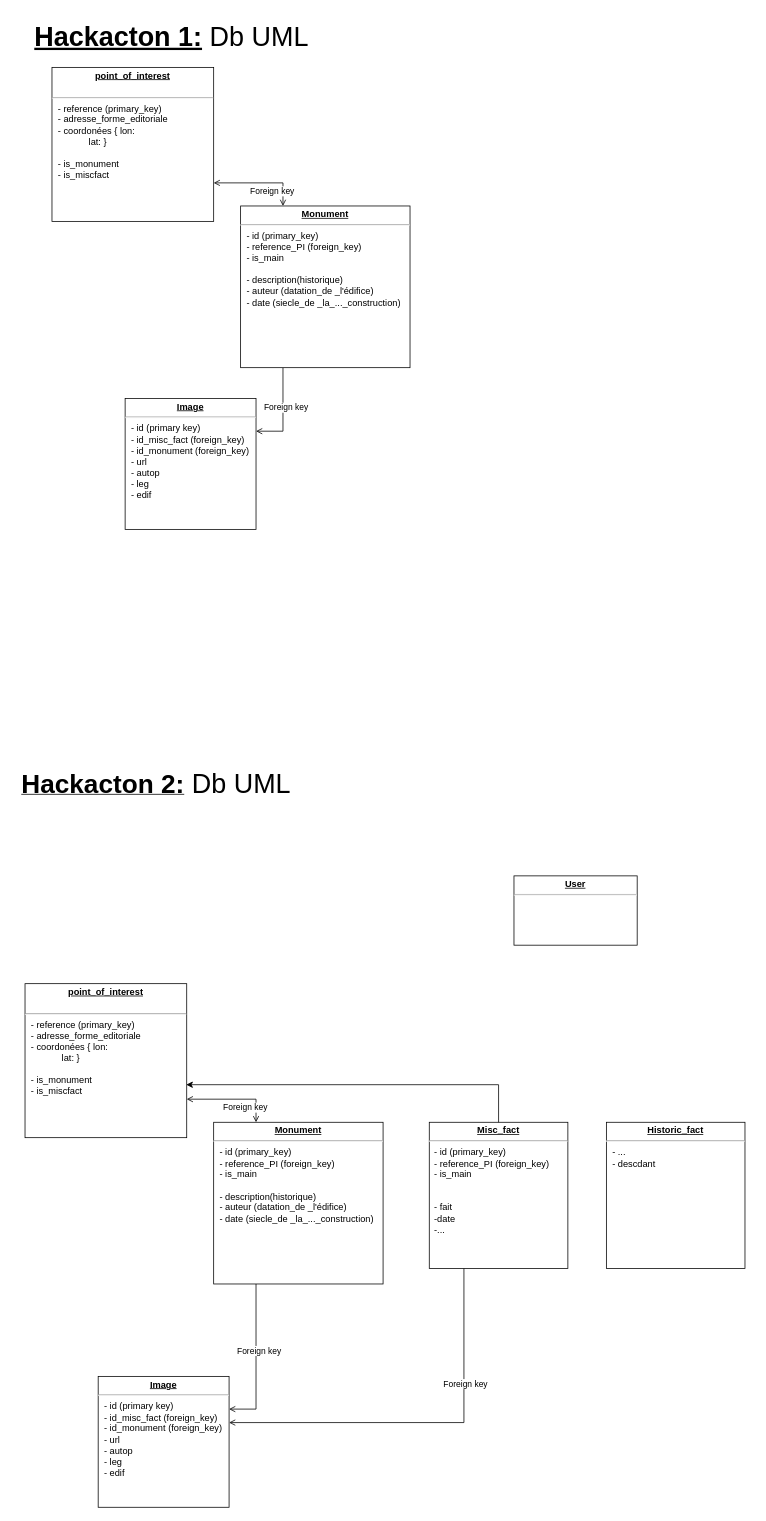
The draw.io diagram StepOut_UML.drawio in Bazajee/StepOut, before the edit. Source tidied: cells renumbered, new cells numbered last; positions are measured from the earlier drawing's top-left corner, leaving out a move shared by most shapes. Both pictures are drawn from the tidied source at 77%, with x=0, y=0 at pixel (13, 13).
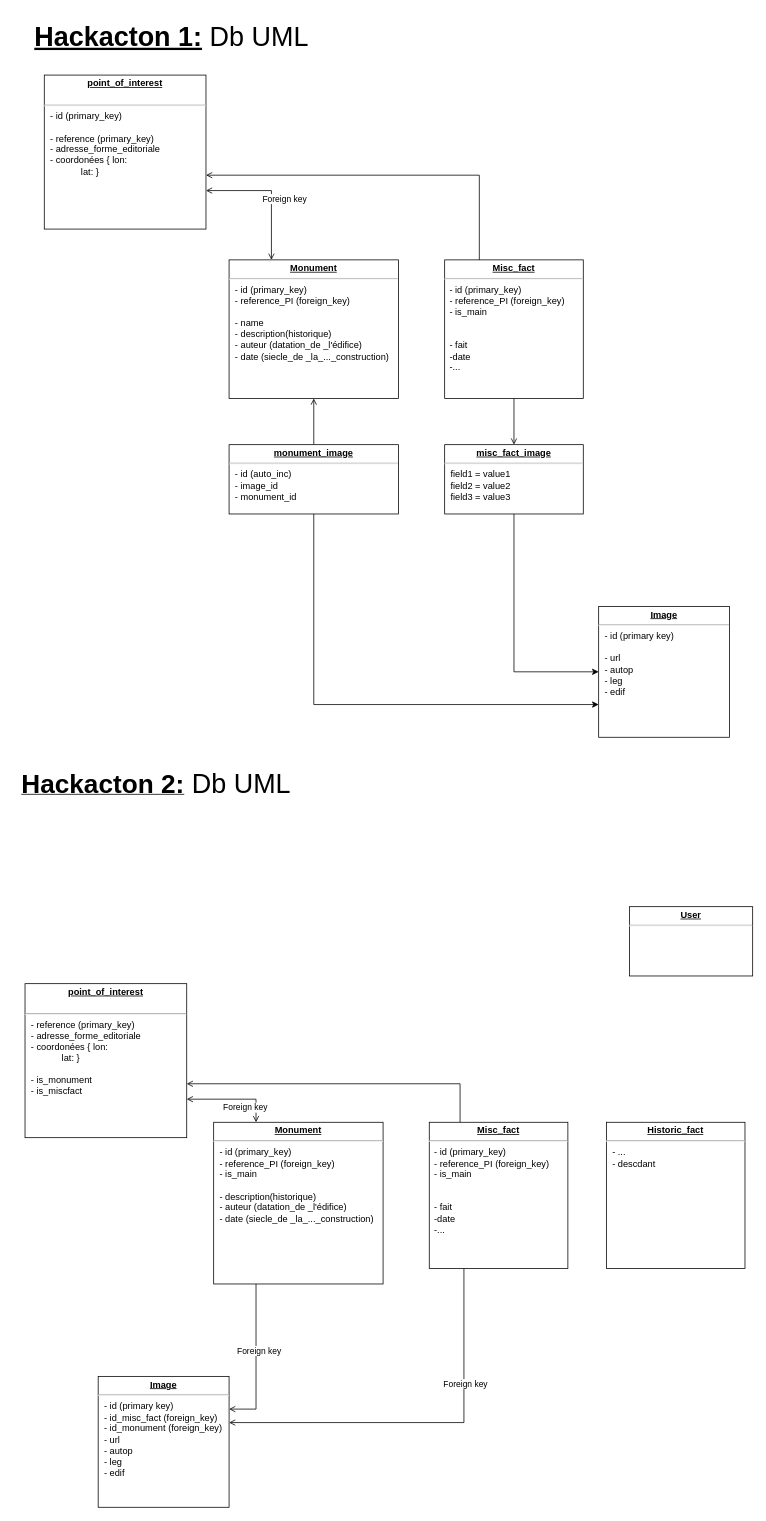
After the change.

Commit message (it also covers changes not shown here):
Mettre à jour StepOut_UML.drawio

The change refers to these unchanged cells:
```xml
<mxCell id="4" value="&lt;p style=&quot;margin:0px;margin-top:4px;text-align:center;text-decoration:underline;&quot;&gt;&lt;b&gt;Misc_fact&lt;br&gt;&lt;/b&gt;&lt;/p&gt;&lt;hr&gt;&lt;div&gt;&amp;nbsp; - id (primary_key)&lt;br&gt;&lt;/div&gt;&lt;div&gt;&amp;nbsp; - reference_PI (foreign_key)&lt;/div&gt;&lt;div&gt;&amp;nbsp; - is_main&lt;/div&gt;&lt;div&gt;&lt;br&gt;&lt;/div&gt;&lt;div&gt;&lt;br&gt;&lt;/div&gt;&lt;div&gt;&amp;nbsp; - fait&amp;nbsp; &lt;br&gt;&lt;/div&gt;&lt;div&gt;&amp;nbsp; -date&lt;/div&gt;&lt;div&gt;&amp;nbsp; -...&lt;br&gt;&lt;/div&gt;" style="verticalAlign=top;align=left;overflow=fill;fontSize=12;fontFamily=Helvetica;html=1;whiteSpace=wrap;" parent="1" vertex="1">
  <mxGeometry x="540" y="1440" width="180" height="190" as="geometry" />
</mxCell>
<mxCell id="5" value="&lt;p style=&quot;margin:0px;margin-top:4px;text-align:center;text-decoration:underline;&quot;&gt;&lt;b&gt;point_of_interest&lt;/b&gt;&lt;br&gt;&lt;/p&gt;&lt;br&gt;&lt;hr&gt;&lt;p style=&quot;margin:0px;margin-left:8px;&quot;&gt;- reference (primary_key)&lt;br&gt;&lt;/p&gt;&lt;p style=&quot;margin:0px;margin-left:8px;&quot;&gt;- adresse_forme_editoriale&lt;/p&gt;&lt;p style=&quot;margin:0px;margin-left:8px;&quot;&gt;- coordonées { lon:&lt;/p&gt;&lt;p style=&quot;margin:0px;margin-left:8px;&quot;&gt;&lt;span style=&quot;&quot;&gt;&lt;span style=&quot;&quot;&gt;&amp;nbsp;&amp;nbsp;&amp;nbsp;&amp;nbsp;&lt;/span&gt;&lt;/span&gt;&lt;span style=&quot;&quot;&gt;&lt;span style=&quot;&quot;&gt;&amp;nbsp;&amp;nbsp;&amp;nbsp;&amp;nbsp;&lt;/span&gt;&lt;/span&gt;&lt;span style=&quot;&quot;&gt;&lt;span style=&quot;&quot;&gt;&amp;nbsp;&amp;nbsp;&amp;nbsp;&amp;nbsp;&lt;/span&gt;&lt;/span&gt;lat: }&lt;/p&gt;&lt;p style=&quot;margin:0px;margin-left:8px;&quot;&gt;&lt;br&gt;&lt;/p&gt;&lt;p style=&quot;margin:0px;margin-left:8px;&quot;&gt;- is_monument&lt;/p&gt;&lt;p style=&quot;margin:0px;margin-left:8px;&quot;&gt;- is_miscfact&lt;/p&gt;&lt;p style=&quot;margin:0px;margin-left:8px;&quot;&gt;&lt;br&gt;&lt;/p&gt;&lt;p style=&quot;margin:0px;margin-left:8px;&quot;&gt;&lt;br&gt;&lt;/p&gt;" style="verticalAlign=top;align=left;overflow=fill;fontSize=12;fontFamily=Helvetica;html=1;whiteSpace=wrap;" parent="1" vertex="1">
  <mxGeometry x="15" y="1260" width="210" height="200" as="geometry" />
</mxCell>
```

Diff of the diagram source:
```diff
@@
     <mxCell id="12" value="&lt;p style=&quot;margin:0px;margin-top:4px;text-align:center;text-decoration:underline;&quot;&gt;&lt;b&gt;User&lt;/b&gt;&lt;/p&gt;&lt;hr&gt;" style="verticalAlign=top;align=left;overflow=fill;fontSize=12;fontFamily=Helvetica;html=1;whiteSpace=wrap;" parent="1" vertex="1">
-      <mxGeometry x="650" y="1120" width="160" height="90" as="geometry" />
+      <mxGeometry x="800" y="1160" width="160" height="90" as="geometry" />
     </mxCell>
@@
-    <mxCell id="16" style="edgeStyle=orthogonalEdgeStyle;rounded=0;jettySize=auto;html=1;entryX=0.997;entryY=0.656;entryDx=0;entryDy=0;entryPerimeter=0;" parent="1" edge="1" source="4" target="5">
+    <mxCell id="16" style="edgeStyle=orthogonalEdgeStyle;rounded=0;jettySize=auto;html=1;endArrow=open;endFill=0;" parent="1" edge="1" source="4" target="5">
       <mxGeometry relative="1" as="geometry">
         <Array as="points">
-          <mxPoint x="630" y="1391" />
+          <mxPoint x="580" y="1390" />
         </Array>
       </mxGeometry>
     </mxCell>
-    <mxCell id="17" value="&lt;p style=&quot;margin:0px;margin-top:4px;text-align:center;text-decoration:underline;&quot;&gt;&lt;b&gt;point_of_interest&lt;/b&gt;&lt;br&gt;&lt;/p&gt;&lt;br&gt;&lt;hr&gt;&lt;p style=&quot;margin:0px;margin-left:8px;&quot;&gt;- reference (primary_key)&lt;br&gt;&lt;/p&gt;&lt;p style=&quot;margin:0px;margin-left:8px;&quot;&gt;- adresse_forme_editoriale&lt;/p&gt;&lt;p style=&quot;margin:0px;margin-left:8px;&quot;&gt;- coordonées { lon:&lt;/p&gt;&lt;p style=&quot;margin:0px;margin-left:8px;&quot;&gt;&lt;span style=&quot;&quot;&gt;&lt;span style=&quot;&quot;&gt;&amp;nbsp;&amp;nbsp;&amp;nbsp;&amp;nbsp;&lt;/span&gt;&lt;/span&gt;&lt;span style=&quot;&quot;&gt;&lt;span style=&quot;&quot;&gt;&amp;nbsp;&amp;nbsp;&amp;nbsp;&amp;nbsp;&lt;/span&gt;&lt;/span&gt;&lt;span style=&quot;&quot;&gt;&lt;span style=&quot;&quot;&gt;&amp;nbsp;&amp;nbsp;&amp;nbsp;&amp;nbsp;&lt;/span&gt;&lt;/span&gt;lat: }&lt;/p&gt;&lt;p style=&quot;margin:0px;margin-left:8px;&quot;&gt;&lt;br&gt;&lt;/p&gt;&lt;p style=&quot;margin:0px;margin-left:8px;&quot;&gt;- is_monument&lt;/p&gt;&lt;p style=&quot;margin:0px;margin-left:8px;&quot;&gt;- is_miscfact&lt;/p&gt;&lt;p style=&quot;margin:0px;margin-left:8px;&quot;&gt;&lt;br&gt;&lt;/p&gt;&lt;p style=&quot;margin:0px;margin-left:8px;&quot;&gt;&lt;br&gt;&lt;/p&gt;" style="verticalAlign=top;align=left;overflow=fill;fontSize=12;fontFamily=Helvetica;html=1;whiteSpace=wrap;" parent="1" vertex="1">
-      <mxGeometry x="50" y="70" width="210" height="200" as="geometry" />
-    </mxCell>
-    <mxCell id="18" style="edgeStyle=orthogonalEdgeStyle;rounded=0;jettySize=auto;html=1;exitX=0.25;exitY=0;exitDx=0;exitDy=0;entryX=1;entryY=0.75;entryDx=0;entryDy=0;endArrow=open;endFill=0;startArrow=open;startFill=0;" parent="1" edge="1" source="22" target="17">
-      <mxGeometry relative="1" as="geometry" />
-    </mxCell>
-    <mxCell id="19" value="Foreign key" style="edgeLabel;html=1;align=center;verticalAlign=middle;" parent="18" vertex="1">
-      <mxGeometry x="0.06" y="1" relative="1" as="geometry">
-        <mxPoint x="19" y="9" as="offset" />
-      </mxGeometry>
-    </mxCell>
-    <mxCell id="20" style="edgeStyle=orthogonalEdgeStyle;rounded=0;jettySize=auto;html=1;exitX=0.25;exitY=1;exitDx=0;exitDy=0;entryX=1;entryY=0.25;entryDx=0;entryDy=0;startArrow=none;startFill=0;endArrow=open;endFill=0;" parent="1" edge="1" source="22" target="23">
-      <mxGeometry relative="1" as="geometry" />
-    </mxCell>
-    <mxCell id="21" value="Foreign key" style="edgeLabel;html=1;align=center;verticalAlign=middle;" parent="20" vertex="1">
-      <mxGeometry x="-0.13" y="3" relative="1" as="geometry" />
-    </mxCell>
-    <mxCell id="22" value="&lt;p style=&quot;margin:0px;margin-top:4px;text-align:center;text-decoration:underline;&quot;&gt;&lt;b&gt;Monument&lt;/b&gt;&lt;/p&gt;&lt;hr&gt;&lt;p style=&quot;margin:0px;margin-left:8px;&quot;&gt;- id (primary_key)&lt;br&gt;&lt;/p&gt;&lt;p style=&quot;margin:0px;margin-left:8px;&quot;&gt;- reference_PI (foreign_key)&lt;/p&gt;&lt;p style=&quot;margin:0px;margin-left:8px;&quot;&gt;- is_main&lt;/p&gt;&lt;p style=&quot;margin:0px;margin-left:8px;&quot;&gt;&lt;br&gt;&lt;/p&gt;&lt;p style=&quot;margin:0px;margin-left:8px;&quot;&gt;&lt;/p&gt;&lt;p style=&quot;margin:0px;margin-left:8px;&quot;&gt;- description(historique)&lt;br&gt;&lt;/p&gt;&lt;p style=&quot;margin:0px;margin-left:8px;&quot;&gt;- auteur (datation_de _l'édifice)&lt;/p&gt;&lt;p style=&quot;margin:0px;margin-left:8px;&quot;&gt;- date (siecle_de _la_..._construction)&lt;/p&gt;&lt;p style=&quot;margin:0px;margin-left:8px;&quot;&gt;&lt;/p&gt;&lt;p style=&quot;margin:0px;margin-left:8px;&quot;&gt;&lt;/p&gt;" style="verticalAlign=top;align=left;overflow=fill;fontSize=12;fontFamily=Helvetica;html=1;whiteSpace=wrap;" parent="1" vertex="1">
-      <mxGeometry x="295" y="250" width="220" height="210" as="geometry" />
-    </mxCell>
-    <mxCell id="23" value="&lt;p style=&quot;margin:0px;margin-top:4px;text-align:center;text-decoration:underline;&quot;&gt;&lt;b&gt;Image&lt;/b&gt;&lt;/p&gt;&lt;hr&gt;&lt;p style=&quot;margin:0px;margin-left:8px;&quot;&gt;- id (primary key)&lt;/p&gt;&lt;p style=&quot;margin:0px;margin-left:8px;&quot;&gt;- id_misc_fact (foreign_key)&lt;br&gt;&lt;/p&gt;&lt;p style=&quot;margin:0px;margin-left:8px;&quot;&gt;- id_monument (foreign_key)&lt;br&gt;&lt;/p&gt;&lt;p style=&quot;margin:0px;margin-left:8px;&quot;&gt;- url&lt;/p&gt;&lt;p style=&quot;margin:0px;margin-left:8px;&quot;&gt;- autop&lt;/p&gt;&lt;p style=&quot;margin:0px;margin-left:8px;&quot;&gt;- leg&lt;/p&gt;&lt;p style=&quot;margin:0px;margin-left:8px;&quot;&gt;- edif&lt;br&gt;&lt;/p&gt;" style="verticalAlign=top;align=left;overflow=fill;fontSize=12;fontFamily=Helvetica;html=1;whiteSpace=wrap;" parent="1" vertex="1">
-      <mxGeometry x="145" y="500" width="170" height="170" as="geometry" />
-    </mxCell>
+    <mxCell id="24" style="edgeStyle=orthogonalEdgeStyle;rounded=0;jettySize=auto;html=1;entryX=0.5;entryY=0;entryDx=0;entryDy=0;endArrow=open;endFill=0;" parent="1" edge="1" source="25" target="36">
+      <mxGeometry relative="1" as="geometry" />
+    </mxCell>
+    <mxCell id="25" value="&lt;p style=&quot;margin:0px;margin-top:4px;text-align:center;text-decoration:underline;&quot;&gt;&lt;b&gt;Misc_fact&lt;br&gt;&lt;/b&gt;&lt;/p&gt;&lt;hr&gt;&lt;div&gt;&amp;nbsp; - id (primary_key)&lt;br&gt;&lt;/div&gt;&lt;div&gt;&amp;nbsp; - reference_PI (foreign_key)&lt;/div&gt;&lt;div&gt;&amp;nbsp; - is_main&lt;/div&gt;&lt;div&gt;&lt;br&gt;&lt;/div&gt;&lt;div&gt;&lt;br&gt;&lt;/div&gt;&lt;div&gt;&amp;nbsp; - fait&amp;nbsp; &lt;br&gt;&lt;/div&gt;&lt;div&gt;&amp;nbsp; -date&lt;/div&gt;&lt;div&gt;&amp;nbsp; -...&lt;br&gt;&lt;/div&gt;" style="verticalAlign=top;align=left;overflow=fill;fontSize=12;fontFamily=Helvetica;html=1;whiteSpace=wrap;" parent="1" vertex="1">
+      <mxGeometry x="560" y="320" width="180" height="180" as="geometry" />
+    </mxCell>
+    <mxCell id="26" value="&lt;p style=&quot;margin:0px;margin-top:4px;text-align:center;text-decoration:underline;&quot;&gt;&lt;b&gt;point_of_interest&lt;/b&gt;&lt;br&gt;&lt;/p&gt;&lt;br&gt;&lt;hr&gt;&lt;p style=&quot;margin:0px;margin-left:8px;&quot;&gt;- id (primary_key)&lt;/p&gt;&lt;p style=&quot;margin:0px;margin-left:8px;&quot;&gt;&lt;br&gt;&lt;/p&gt;&lt;p style=&quot;margin:0px;margin-left:8px;&quot;&gt;- reference (primary_key)&lt;br&gt;&lt;/p&gt;&lt;p style=&quot;margin:0px;margin-left:8px;&quot;&gt;- adresse_forme_editoriale&lt;/p&gt;&lt;p style=&quot;margin:0px;margin-left:8px;&quot;&gt;- coordonées { lon:&lt;/p&gt;&lt;p style=&quot;margin:0px;margin-left:8px;&quot;&gt;&lt;span style=&quot;&quot;&gt;&lt;span style=&quot;&quot;&gt;&amp;nbsp;&amp;nbsp;&amp;nbsp;&amp;nbsp;&lt;/span&gt;&lt;/span&gt;&lt;span style=&quot;&quot;&gt;&lt;span style=&quot;&quot;&gt;&amp;nbsp;&amp;nbsp;&amp;nbsp;&amp;nbsp;&lt;/span&gt;&lt;/span&gt;&lt;span style=&quot;&quot;&gt;&lt;span style=&quot;&quot;&gt;&amp;nbsp;&amp;nbsp;&amp;nbsp;&amp;nbsp;&lt;/span&gt;&lt;/span&gt;lat: }&lt;/p&gt;&lt;p style=&quot;margin:0px;margin-left:8px;&quot;&gt;&lt;br&gt;&lt;/p&gt;&lt;p style=&quot;margin:0px;margin-left:8px;&quot;&gt;&lt;br&gt;&lt;/p&gt;&lt;p style=&quot;margin:0px;margin-left:8px;&quot;&gt;&lt;br&gt;&lt;/p&gt;" style="verticalAlign=top;align=left;overflow=fill;fontSize=12;fontFamily=Helvetica;html=1;whiteSpace=wrap;" parent="1" vertex="1">
+      <mxGeometry x="40" y="80" width="210" height="200" as="geometry" />
+    </mxCell>
+    <mxCell id="27" style="edgeStyle=orthogonalEdgeStyle;rounded=0;jettySize=auto;html=1;exitX=0.25;exitY=0;exitDx=0;exitDy=0;entryX=1;entryY=0.75;entryDx=0;entryDy=0;endArrow=open;endFill=0;startArrow=open;startFill=0;" parent="1" edge="1" source="30" target="26">
+      <mxGeometry relative="1" as="geometry" />
+    </mxCell>
+    <mxCell id="28" value="Foreign key" style="edgeLabel;html=1;align=center;verticalAlign=middle;" parent="27" vertex="1">
+      <mxGeometry x="0.06" y="1" relative="1" as="geometry">
+        <mxPoint x="19" y="9" as="offset" />
+      </mxGeometry>
+    </mxCell>
+    <mxCell id="29" style="edgeStyle=orthogonalEdgeStyle;rounded=0;jettySize=auto;html=1;entryX=0.5;entryY=0;entryDx=0;entryDy=0;endArrow=none;endFill=0;startArrow=open;startFill=0;" parent="1" edge="1" source="30" target="34">
+      <mxGeometry relative="1" as="geometry" />
+    </mxCell>
+    <mxCell id="30" value="&lt;p style=&quot;margin:0px;margin-top:4px;text-align:center;text-decoration:underline;&quot;&gt;&lt;b&gt;Monument&lt;/b&gt;&lt;/p&gt;&lt;hr&gt;&lt;p style=&quot;margin:0px;margin-left:8px;&quot;&gt;- id (primary_key)&lt;br&gt;&lt;/p&gt;&lt;p style=&quot;margin:0px;margin-left:8px;&quot;&gt;- reference_PI (foreign_key)&lt;/p&gt;&lt;p style=&quot;margin:0px;margin-left:8px;&quot;&gt;&lt;br&gt;&lt;/p&gt;&lt;p style=&quot;margin:0px;margin-left:8px;&quot;&gt;- name&lt;br&gt;&lt;/p&gt;&lt;p style=&quot;margin:0px;margin-left:8px;&quot;&gt;&lt;/p&gt;&lt;p style=&quot;margin:0px;margin-left:8px;&quot;&gt;- description(historique)&lt;br&gt;&lt;/p&gt;&lt;p style=&quot;margin:0px;margin-left:8px;&quot;&gt;- auteur (datation_de _l'édifice)&lt;/p&gt;&lt;p style=&quot;margin:0px;margin-left:8px;&quot;&gt;- date (siecle_de _la_..._construction)&lt;/p&gt;&lt;p style=&quot;margin:0px;margin-left:8px;&quot;&gt;&lt;/p&gt;&lt;p style=&quot;margin:0px;margin-left:8px;&quot;&gt;&lt;/p&gt;" style="verticalAlign=top;align=left;overflow=fill;fontSize=12;fontFamily=Helvetica;html=1;whiteSpace=wrap;" parent="1" vertex="1">
+      <mxGeometry x="280" y="320" width="220" height="180" as="geometry" />
+    </mxCell>
+    <mxCell id="31" value="&lt;p style=&quot;margin:0px;margin-top:4px;text-align:center;text-decoration:underline;&quot;&gt;&lt;b&gt;Image&lt;/b&gt;&lt;/p&gt;&lt;hr&gt;&lt;p style=&quot;margin:0px;margin-left:8px;&quot;&gt;- id (primary key)&lt;/p&gt;&lt;br&gt;&lt;p style=&quot;margin:0px;margin-left:8px;&quot;&gt;- url&lt;/p&gt;&lt;p style=&quot;margin:0px;margin-left:8px;&quot;&gt;- autop&lt;/p&gt;&lt;p style=&quot;margin:0px;margin-left:8px;&quot;&gt;- leg&lt;/p&gt;&lt;p style=&quot;margin:0px;margin-left:8px;&quot;&gt;- edif&lt;br&gt;&lt;/p&gt;" style="verticalAlign=top;align=left;overflow=fill;fontSize=12;fontFamily=Helvetica;html=1;whiteSpace=wrap;" parent="1" vertex="1">
+      <mxGeometry x="760" y="770" width="170" height="170" as="geometry" />
+    </mxCell>
+    <mxCell id="32" style="edgeStyle=orthogonalEdgeStyle;rounded=0;jettySize=auto;html=1;endArrow=open;endFill=0;" parent="1" edge="1" source="25" target="26">
+      <mxGeometry relative="1" as="geometry">
+        <Array as="points">
+          <mxPoint x="605" y="210" />
+        </Array>
+      </mxGeometry>
+    </mxCell>
+    <mxCell id="33" style="edgeStyle=orthogonalEdgeStyle;rounded=0;jettySize=auto;html=1;entryX=0;entryY=0.75;entryDx=0;entryDy=0;exitX=0.5;exitY=1;exitDx=0;exitDy=0;" parent="1" edge="1" source="34" target="31">
+      <mxGeometry relative="1" as="geometry" />
+    </mxCell>
+    <mxCell id="34" value="&lt;p style=&quot;margin:0px;margin-top:4px;text-align:center;text-decoration:underline;&quot;&gt;&lt;b&gt;monument_image&lt;/b&gt;&lt;br&gt;&lt;/p&gt;&lt;hr&gt;&lt;p style=&quot;margin:0px;margin-left:8px;&quot;&gt;- id (auto_inc)&lt;/p&gt;&lt;p style=&quot;margin:0px;margin-left:8px;&quot;&gt;- image_id&lt;/p&gt;&lt;p style=&quot;margin:0px;margin-left:8px;&quot;&gt;- monument_id&lt;br&gt;&lt;/p&gt;&lt;p style=&quot;margin:0px;margin-left:8px;&quot;&gt;&lt;br&gt;&lt;/p&gt;&lt;p style=&quot;margin:0px;margin-left:8px;&quot;&gt;&lt;br&gt;&lt;/p&gt;" style="verticalAlign=top;align=left;overflow=fill;fontSize=12;fontFamily=Helvetica;html=1;whiteSpace=wrap;" parent="1" vertex="1">
+      <mxGeometry x="280" y="560" width="220" height="90" as="geometry" />
+    </mxCell>
+    <mxCell id="35" style="edgeStyle=orthogonalEdgeStyle;rounded=0;jettySize=auto;html=1;entryX=0;entryY=0.5;entryDx=0;entryDy=0;exitX=0.5;exitY=1;exitDx=0;exitDy=0;" parent="1" edge="1" source="36" target="31">
+      <mxGeometry relative="1" as="geometry" />
+    </mxCell>
+    <mxCell id="36" value="&lt;p style=&quot;margin:0px;margin-top:4px;text-align:center;text-decoration:underline;&quot;&gt;&lt;b&gt;misc_fact_image&lt;/b&gt;&lt;/p&gt;&lt;hr&gt;&lt;p style=&quot;margin:0px;margin-left:8px;&quot;&gt;field1 = value1&lt;br&gt;field2 = value2&lt;br&gt;field3 = value3&lt;/p&gt;" style="verticalAlign=top;align=left;overflow=fill;fontSize=12;fontFamily=Helvetica;html=1;whiteSpace=wrap;" parent="1" vertex="1">
+      <mxGeometry x="560" y="560" width="180" height="90" as="geometry" />
+    </mxCell>
```
